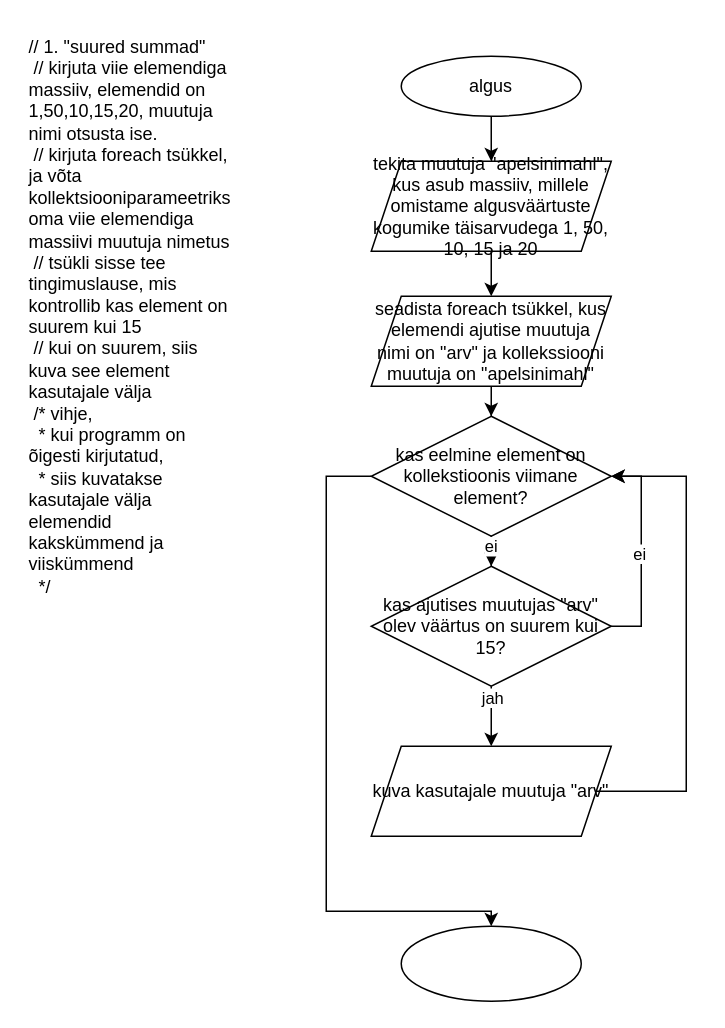
Earlier version of the draw.io diagram Vooskeemid/cykles ül dowhile 2 diagramm.drawio (RasmusHeidmets/harjutused-Rasmus-Heidmets). Source tidied: cells renumbered, new cells numbered last; positions are measured from the earlier drawing's top-left corner, leaving out a move shared by most shapes. Both pictures are drawn from the tidied source at 150%, with x=0, y=0 at pixel (26, 26).
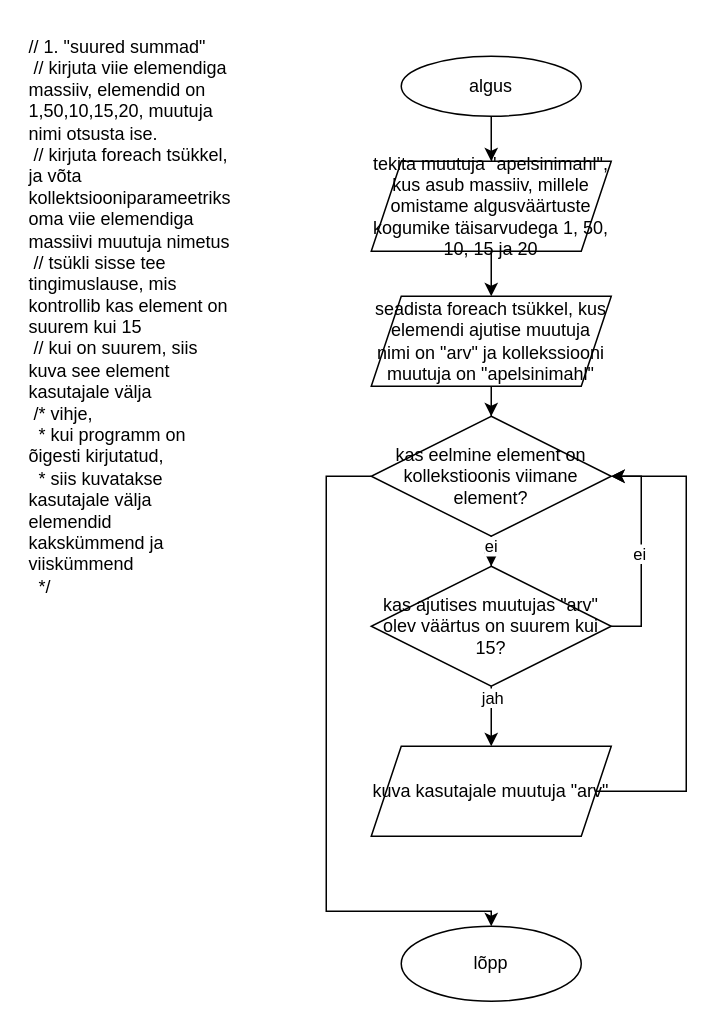
Above is the later version.

The edit, as a diff of the source:
```diff
@@
-    <mxCell id="20" style="ellipse;whiteSpace=wrap;html=1;" parent="1" vertex="1">
+    <mxCell id="20" value="lõpp" style="ellipse;whiteSpace=wrap;html=1;" parent="1" vertex="1">
       <mxGeometry x="250" y="600" width="120" height="50" as="geometry" />
     </mxCell>
```
